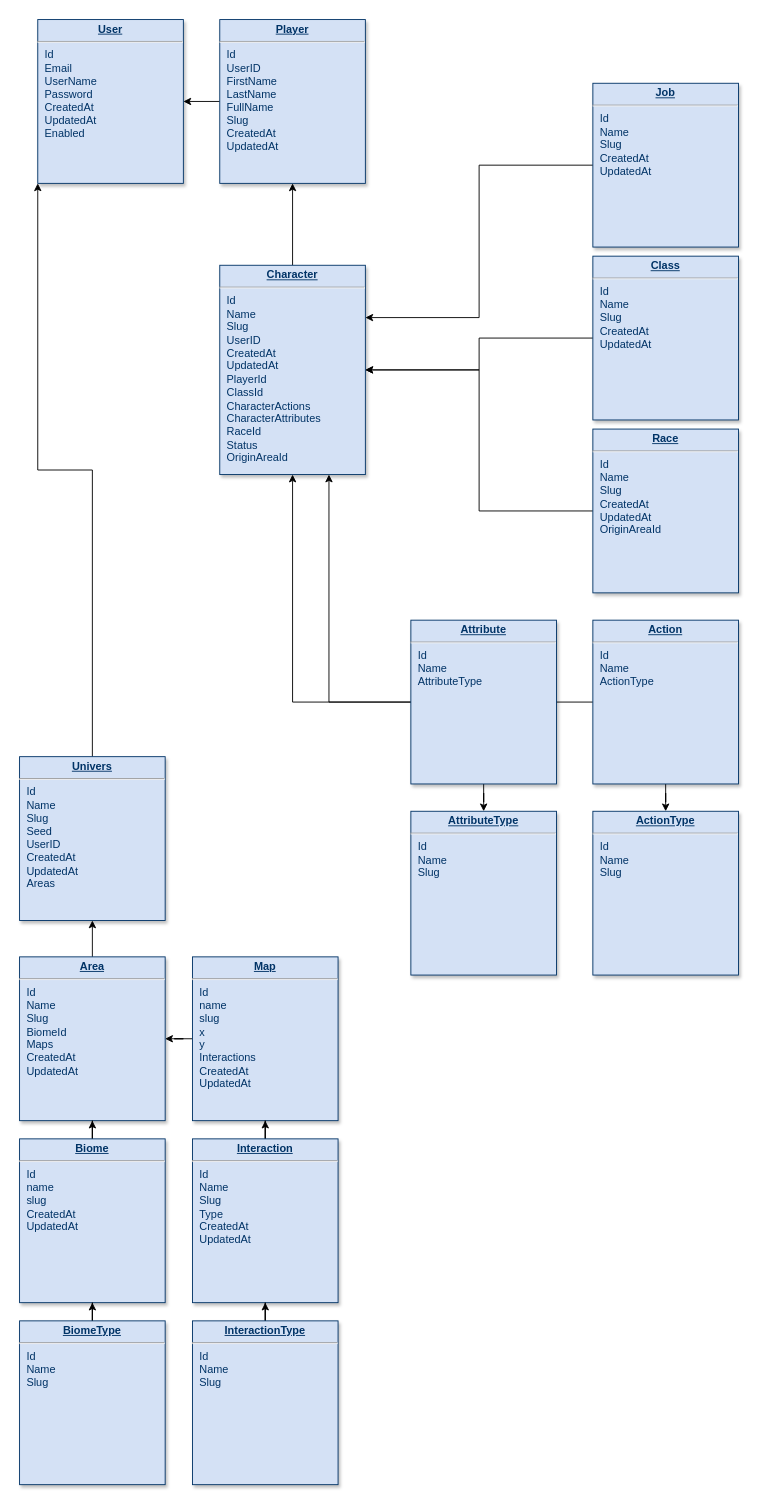
Before: Diagramme Quest Creator.drawio in titouanthd/quest_creator, a draw.io diagram. Source tidied: cells renumbered, new cells numbered last; positions are measured from the earlier drawing's top-left corner, leaving out a move shared by most shapes. Both pictures are drawn from the tidied source at 91%, with x=0, y=0 at pixel (19, 19).
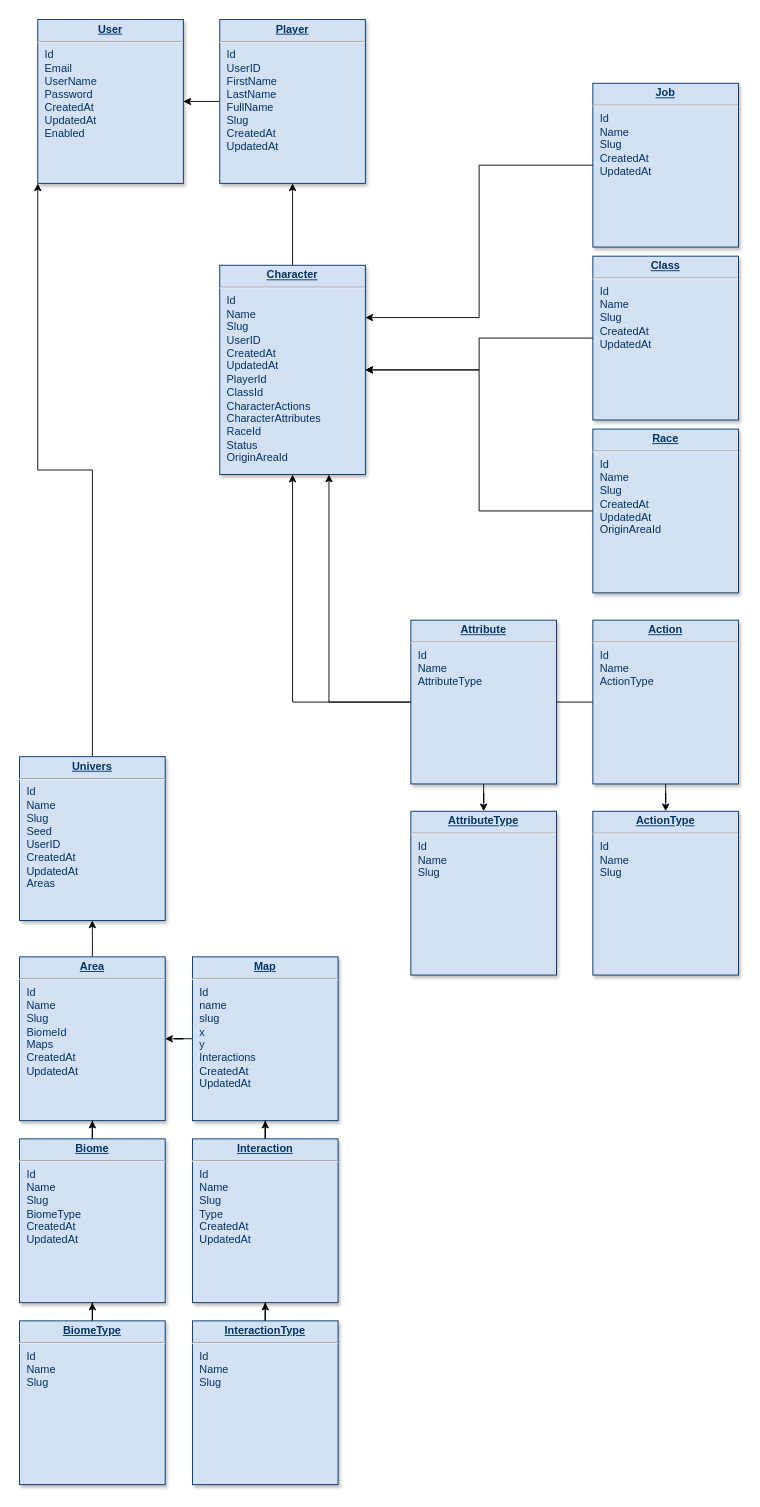
The same page after the edit.

Commit message (it also covers changes not shown here):
Mettre à jour Diagramme Quest Creator.drawio

Diff of the diagram source:
```diff
@@
-    <mxCell id="24" value="&lt;p style=&quot;margin: 0px; margin-top: 4px; text-align: center; text-decoration: underline;&quot;&gt;&lt;b&gt;Biome&lt;/b&gt;&lt;/p&gt;&lt;hr&gt;&lt;p style=&quot;margin: 0px; margin-left: 8px;&quot;&gt;&lt;span style=&quot;background-color: initial;&quot;&gt;Id&lt;/span&gt;&lt;br&gt;&lt;/p&gt;&lt;p style=&quot;margin: 0px; margin-left: 8px;&quot;&gt;&lt;span style=&quot;background-color: initial;&quot;&gt;name&lt;/span&gt;&lt;/p&gt;&lt;p style=&quot;margin: 0px; margin-left: 8px;&quot;&gt;&lt;span style=&quot;background-color: initial;&quot;&gt;slug&lt;/span&gt;&lt;/p&gt;&lt;p style=&quot;margin: 0px; margin-left: 8px;&quot;&gt;CreatedAt&lt;/p&gt;&lt;p style=&quot;margin: 0px; margin-left: 8px;&quot;&gt;UpdatedAt&lt;/p&gt;" style="verticalAlign=top;align=left;overflow=fill;fontSize=12;fontFamily=Helvetica;html=1;strokeColor=#003366;shadow=1;fillColor=#D4E1F5;fontColor=#003366;" parent="1" vertex="1">
+    <mxCell id="24" value="&lt;p style=&quot;margin: 0px; margin-top: 4px; text-align: center; text-decoration: underline;&quot;&gt;&lt;b&gt;Biome&lt;/b&gt;&lt;/p&gt;&lt;hr&gt;&lt;p style=&quot;margin: 0px; margin-left: 8px;&quot;&gt;&lt;span style=&quot;background-color: initial;&quot;&gt;Id&lt;/span&gt;&lt;br&gt;&lt;/p&gt;&lt;p style=&quot;margin: 0px; margin-left: 8px;&quot;&gt;&lt;span style=&quot;background-color: initial;&quot;&gt;Name&lt;/span&gt;&lt;/p&gt;&lt;p style=&quot;margin: 0px; margin-left: 8px;&quot;&gt;&lt;span style=&quot;background-color: initial;&quot;&gt;Slug&lt;/span&gt;&lt;/p&gt;&lt;p style=&quot;margin: 0px; margin-left: 8px;&quot;&gt;BiomeType&lt;/p&gt;&lt;p style=&quot;margin: 0px; margin-left: 8px;&quot;&gt;CreatedAt&lt;/p&gt;&lt;p style=&quot;margin: 0px; margin-left: 8px;&quot;&gt;UpdatedAt&lt;/p&gt;" style="verticalAlign=top;align=left;overflow=fill;fontSize=12;fontFamily=Helvetica;html=1;strokeColor=#003366;shadow=1;fillColor=#D4E1F5;fontColor=#003366;" parent="1" vertex="1">
       <mxGeometry y="1230" width="160" height="180" as="geometry" />
     </mxCell>
```
